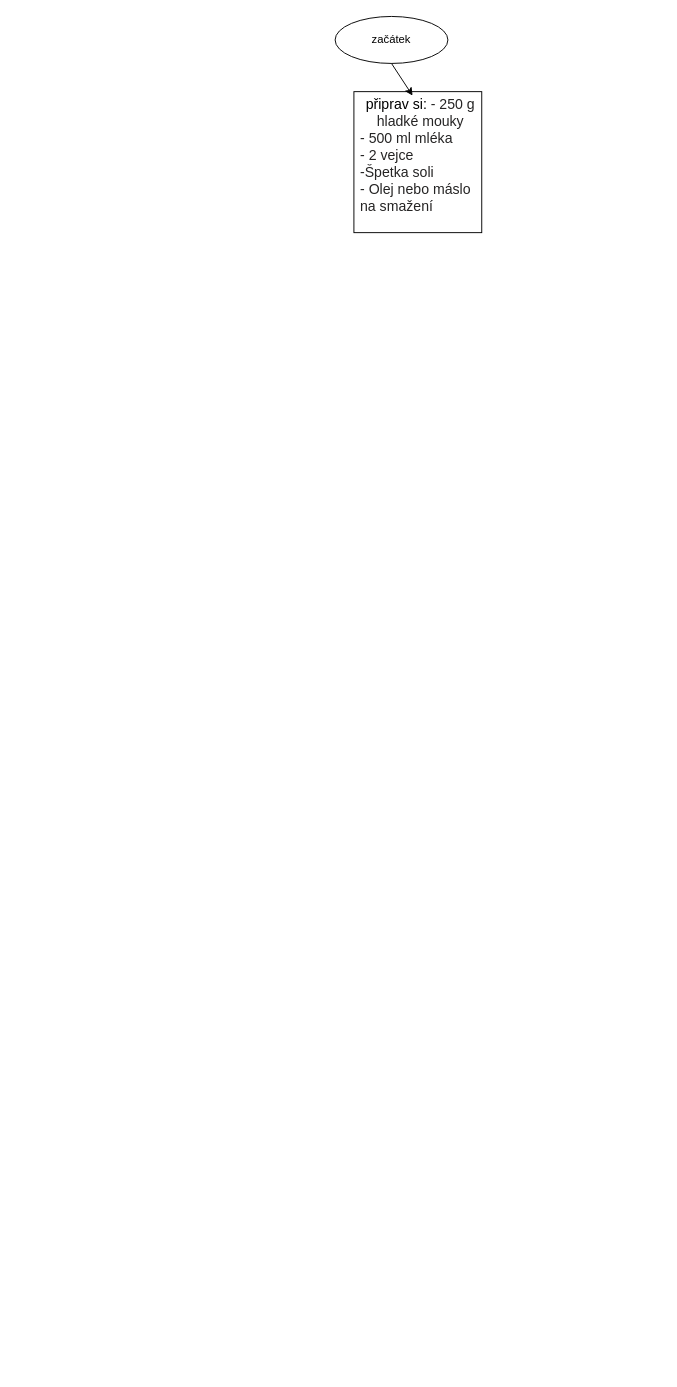
SlimakMekacov/SlimakMekacov.github.io keeps this draw.io diagram as Diagram bez názvu.drawio. Above is the earlier version. Source tidied: cells renumbered, new cells numbered last; positions are measured from the earlier drawing's top-left corner, leaving out a move shared by most shapes. Both pictures are drawn from the tidied source at 94%, with x=0, y=0 at pixel (335, 16).
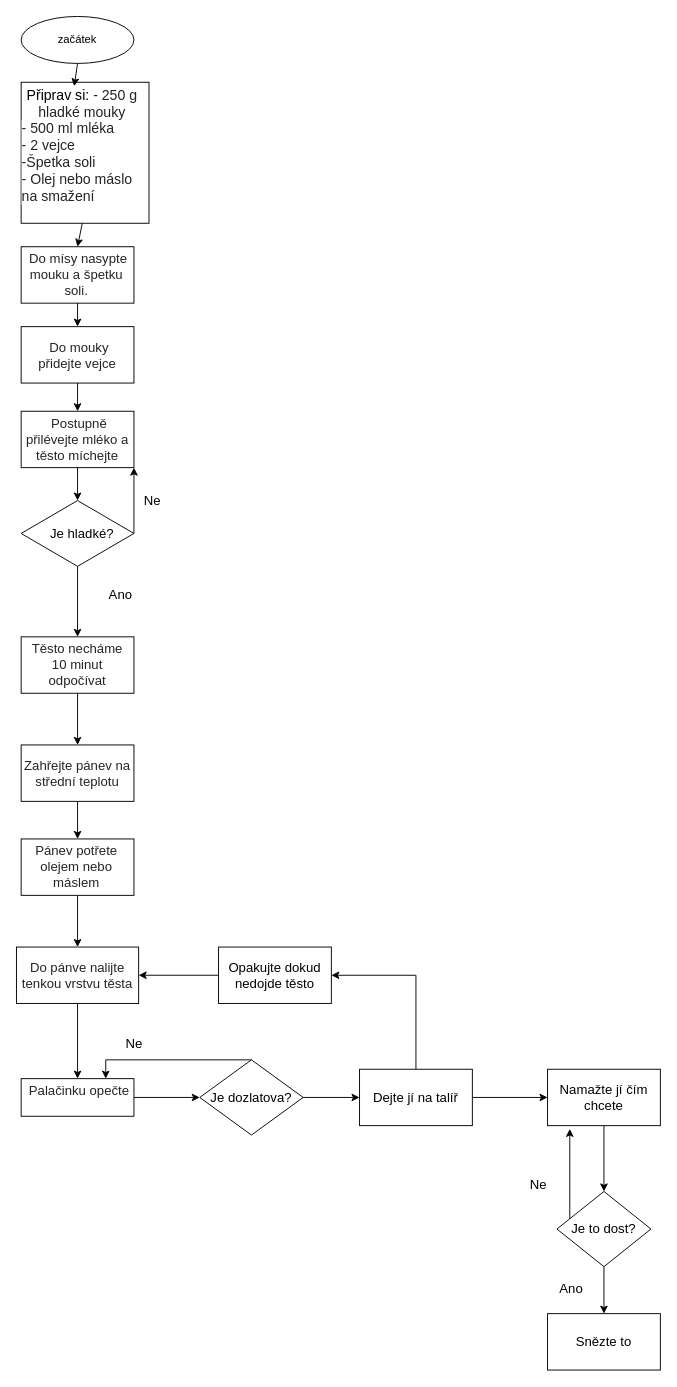
The same diagram, later.

Change to the diagram source:
```diff
@@
     <mxCell id="2" style="ellipse;whiteSpace=wrap;html=1;" parent="1" vertex="1">
-      <mxGeometry width="120" height="50" as="geometry" />
+      <mxGeometry x="-334" width="120" height="50" as="geometry" />
     </mxCell>
     <mxCell id="3" value="začátek" style="text;html=1;align=center;verticalAlign=middle;whiteSpace=wrap;rounded=0;" parent="1" vertex="1">
-      <mxGeometry x="30" y="10" width="60" height="30" as="geometry" />
+      <mxGeometry x="-304" y="10" width="60" height="30" as="geometry" />
     </mxCell>
     <mxCell id="4" style="rounded=0;whiteSpace=wrap;html=1;" parent="1" vertex="1">
-      <mxGeometry x="20" y="80" width="136" height="150" as="geometry" />
+      <mxGeometry x="-334" y="70" width="136" height="150" as="geometry" />
     </mxCell>
-    <mxCell id="5" value="&lt;font style=&quot;font-size: 15px;&quot; face=&quot;Helvetica&quot;&gt;připrav si:&amp;nbsp;&lt;span style=&quot;background-color: rgb(255, 255, 255); color: rgb(37, 36, 36); text-align: left;&quot;&gt;- 250 g hladké mouky&lt;/span&gt;&lt;/font&gt;&lt;p style=&quot;box-sizing: border-box; margin: 0px; color: rgb(37, 36, 36); text-align: left; background-color: rgb(255, 255, 255); border-radius: 0px !important;&quot;&gt;&lt;font style=&quot;font-size: 15px;&quot; face=&quot;Helvetica&quot;&gt;- 500 ml mléka&lt;br style=&quot;box-sizing: border-box; border-radius: 0px !important;&quot;&gt;- 2 vejce&lt;br style=&quot;box-sizing: border-box; border-radius: 0px !important;&quot;&gt;-Špetka soli&lt;br style=&quot;box-sizing: border-box; border-radius: 0px !important;&quot;&gt;- Olej nebo máslo na smažení&amp;nbsp;&amp;nbsp;&lt;/font&gt;&lt;/p&gt;&lt;div&gt;&lt;br&gt;&lt;/div&gt;" style="text;html=1;align=center;verticalAlign=middle;whiteSpace=wrap;rounded=0;" parent="1" vertex="1">
-      <mxGeometry x="26" y="80" width="130" height="150" as="geometry" />
+    <mxCell id="5" value="&lt;font style=&quot;font-size: 15px;&quot; face=&quot;Helvetica&quot;&gt;Připrav si:&amp;nbsp;&lt;span style=&quot;background-color: rgb(255, 255, 255); color: rgb(37, 36, 36); text-align: left;&quot;&gt;- 250 g hladké mouky&lt;/span&gt;&lt;/font&gt;&lt;p style=&quot;box-sizing: border-box; margin: 0px; color: rgb(37, 36, 36); text-align: left; background-color: rgb(255, 255, 255); border-radius: 0px !important;&quot;&gt;&lt;font style=&quot;font-size: 15px;&quot; face=&quot;Helvetica&quot;&gt;- 500 ml mléka&lt;br style=&quot;box-sizing: border-box; border-radius: 0px !important;&quot;&gt;- 2 vejce&lt;br style=&quot;box-sizing: border-box; border-radius: 0px !important;&quot;&gt;-Špetka soli&lt;br style=&quot;box-sizing: border-box; border-radius: 0px !important;&quot;&gt;- Olej nebo máslo na smažení&amp;nbsp;&amp;nbsp;&lt;/font&gt;&lt;/p&gt;&lt;div&gt;&lt;br&gt;&lt;/div&gt;" style="text;html=1;align=center;verticalAlign=middle;whiteSpace=wrap;rounded=0;" parent="1" vertex="1">
+      <mxGeometry x="-334" y="70" width="130" height="150" as="geometry" />
     </mxCell>
@@
+    <mxCell id="7" style="rounded=0;whiteSpace=wrap;html=1;" parent="1" vertex="1">
+      <mxGeometry x="-334" y="245" width="120" height="60" as="geometry" />
+    </mxCell>
+    <mxCell id="8" value="&lt;span style=&quot;color: rgb(37, 36, 36); font-size: 14px; text-align: left; background-color: rgb(255, 255, 255);&quot;&gt;&amp;nbsp;Do mísy nasypte mouku a špetku soli.&lt;/span&gt;" style="text;html=1;align=center;verticalAlign=middle;whiteSpace=wrap;rounded=0;fontFamily=Helvetica;" parent="1" vertex="1">
+      <mxGeometry x="-335" y="260" width="120" height="30" as="geometry" />
+    </mxCell>
+    <mxCell id="9" style="endArrow=classic;html=1;rounded=0;exitX=0.5;exitY=1;exitDx=0;exitDy=0;entryX=0.5;entryY=0;entryDx=0;entryDy=0;" parent="1" edge="1" source="5" target="7">
+      <mxGeometry relative="1" as="geometry" />
+    </mxCell>
+    <mxCell id="10" style="rounded=0;whiteSpace=wrap;html=1;" parent="1" vertex="1">
+      <mxGeometry x="-334" y="330" width="120" height="60" as="geometry" />
+    </mxCell>
+    <mxCell id="11" value="&lt;span style=&quot;color: rgb(37, 36, 36); font-size: 14px; text-align: left; background-color: rgb(255, 255, 255);&quot;&gt;&amp;nbsp;Do mouky přidejte vejce&lt;/span&gt;" style="text;html=1;align=center;verticalAlign=middle;whiteSpace=wrap;rounded=0;fontFamily=Helvetica;" parent="1" vertex="1">
+      <mxGeometry x="-320" y="345" width="92" height="30" as="geometry" />
+    </mxCell>
+    <mxCell id="12" style="endArrow=classic;html=1;rounded=0;exitX=0.5;exitY=1;exitDx=0;exitDy=0;entryX=0.5;entryY=0;entryDx=0;entryDy=0;" parent="1" edge="1" source="7" target="10">
+      <mxGeometry relative="1" as="geometry" />
+    </mxCell>
+    <mxCell id="13" style="rounded=0;whiteSpace=wrap;html=1;" parent="1" vertex="1">
+      <mxGeometry x="-334" y="420" width="120" height="60" as="geometry" />
+    </mxCell>
+    <mxCell id="14" value="&lt;span style=&quot;color: rgb(37, 36, 36); font-size: 14px; text-align: left; background-color: rgb(255, 255, 255);&quot;&gt;&amp;nbsp;Postupně přilévejte mléko a těsto míchejte&lt;/span&gt;" style="text;html=1;align=center;verticalAlign=middle;whiteSpace=wrap;rounded=0;fontFamily=Helvetica;" parent="1" vertex="1">
+      <mxGeometry x="-334" y="435" width="120" height="30" as="geometry" />
+    </mxCell>
+    <mxCell id="15" style="rhombus;whiteSpace=wrap;html=1;" parent="1" vertex="1">
+      <mxGeometry x="-334" y="515" width="120" height="70" as="geometry" />
+    </mxCell>
+    <mxCell id="16" value="Je hladké?" style="text;html=1;align=center;verticalAlign=middle;whiteSpace=wrap;rounded=0;fontSize=14;" parent="1" vertex="1">
+      <mxGeometry x="-304" y="535" width="70" height="30" as="geometry" />
+    </mxCell>
+    <mxCell id="17" style="endArrow=classic;html=1;rounded=0;exitX=0.5;exitY=1;exitDx=0;exitDy=0;entryX=0.5;entryY=0;entryDx=0;entryDy=0;" parent="1" edge="1" source="13" target="15">
+      <mxGeometry relative="1" as="geometry" />
+    </mxCell>
+    <mxCell id="18" style="endArrow=classic;html=1;rounded=0;exitX=0.5;exitY=1;exitDx=0;exitDy=0;entryX=0.5;entryY=0;entryDx=0;entryDy=0;" parent="1" edge="1" source="10" target="13">
+      <mxGeometry relative="1" as="geometry" />
+    </mxCell>
+    <mxCell id="19" style="endArrow=classic;html=1;rounded=0;exitX=1;exitY=0.5;exitDx=0;exitDy=0;entryX=1;entryY=1;entryDx=0;entryDy=0;" parent="1" edge="1" source="15" target="13">
+      <mxGeometry relative="1" as="geometry" />
+    </mxCell>
+    <mxCell id="20" value="&lt;font&gt;Ne&lt;/font&gt;" style="text;html=1;align=center;verticalAlign=middle;whiteSpace=wrap;rounded=0;fontSize=14;" parent="1" vertex="1">
+      <mxGeometry x="-224" y="500" width="60" height="30" as="geometry" />
+    </mxCell>
+    <mxCell id="21" style="rounded=0;whiteSpace=wrap;html=1;" parent="1" vertex="1">
+      <mxGeometry x="-334" y="660" width="120" height="60" as="geometry" />
+    </mxCell>
+    <mxCell id="22" value="&lt;span style=&quot;color: rgb(37, 36, 36); text-align: left; background-color: rgb(255, 255, 255);&quot;&gt;Těsto necháme 10 minut odpočívat&lt;/span&gt;" style="text;html=1;align=center;verticalAlign=middle;whiteSpace=wrap;rounded=0;fontSize=14;fontFamily=Helvetica;" parent="1" vertex="1">
+      <mxGeometry x="-324" y="675" width="100" height="30" as="geometry" />
+    </mxCell>
+    <mxCell id="23" style="endArrow=classic;html=1;rounded=0;exitX=0.5;exitY=1;exitDx=0;exitDy=0;entryX=0.5;entryY=0;entryDx=0;entryDy=0;" parent="1" edge="1" source="15" target="21">
+      <mxGeometry relative="1" as="geometry" />
+    </mxCell>
+    <mxCell id="24" value="Ano" style="text;html=1;align=center;verticalAlign=middle;whiteSpace=wrap;rounded=0;fontSize=14;" parent="1" vertex="1">
+      <mxGeometry x="-258" y="600" width="60" height="30" as="geometry" />
+    </mxCell>
+    <mxCell id="25" style="rounded=0;whiteSpace=wrap;html=1;" parent="1" vertex="1">
+      <mxGeometry x="-334" y="775" width="120" height="60" as="geometry" />
+    </mxCell>
+    <mxCell id="26" value="&lt;span style=&quot;color: rgb(37, 36, 36); font-size: 14px; text-align: left; background-color: rgb(255, 255, 255);&quot;&gt;Zahřejte pánev na střední teplotu&lt;/span&gt;" style="text;html=1;align=center;verticalAlign=middle;whiteSpace=wrap;rounded=0;fontFamily=Helvetica;" parent="1" vertex="1">
+      <mxGeometry x="-334" y="790" width="120" height="30" as="geometry" />
+    </mxCell>
+    <mxCell id="27" style="endArrow=classic;html=1;rounded=0;exitX=0.5;exitY=1;exitDx=0;exitDy=0;entryX=0.5;entryY=0;entryDx=0;entryDy=0;" parent="1" edge="1" source="21" target="25">
+      <mxGeometry relative="1" as="geometry" />
+    </mxCell>
+    <mxCell id="28" style="edgeStyle=orthogonalEdgeStyle;rounded=0;jettySize=auto;html=1;entryX=0.5;entryY=0;entryDx=0;entryDy=0;" parent="1" edge="1" source="29" target="33">
+      <mxGeometry relative="1" as="geometry" />
+    </mxCell>
+    <mxCell id="29" style="rounded=0;whiteSpace=wrap;html=1;" parent="1" vertex="1">
+      <mxGeometry x="-334" y="875" width="120" height="60" as="geometry" />
+    </mxCell>
+    <mxCell id="30" value="&lt;span style=&quot;color: rgb(37, 36, 36); font-size: 14px; text-align: left; background-color: rgb(255, 255, 255);&quot;&gt;Pánev potřete olejem nebo máslem&lt;/span&gt;" style="text;html=1;align=center;verticalAlign=middle;whiteSpace=wrap;rounded=0;fontFamily=Helvetica;" parent="1" vertex="1">
+      <mxGeometry x="-320" y="890" width="90" height="30" as="geometry" />
+    </mxCell>
+    <mxCell id="31" style="endArrow=classic;html=1;rounded=0;exitX=0.5;exitY=1;exitDx=0;exitDy=0;entryX=0.5;entryY=0;entryDx=0;entryDy=0;" parent="1" edge="1" source="25" target="29">
+      <mxGeometry relative="1" as="geometry" />
+    </mxCell>
+    <mxCell id="32" style="edgeStyle=orthogonalEdgeStyle;rounded=0;jettySize=auto;html=1;" parent="1" edge="1" source="33" target="35">
+      <mxGeometry relative="1" as="geometry" />
+    </mxCell>
+    <mxCell id="33" value="&lt;span style=&quot;color: rgb(37, 36, 36); font-size: 14px; text-align: left; background-color: rgb(255, 255, 255);&quot;&gt;Do pánve nalijte tenkou vrstvu těsta&lt;/span&gt;" style="rounded=0;whiteSpace=wrap;html=1;fontFamily=Helvetica;" parent="1" vertex="1">
+      <mxGeometry x="-339" y="990" width="130" height="60" as="geometry" />
+    </mxCell>
+    <mxCell id="34" style="edgeStyle=orthogonalEdgeStyle;rounded=0;jettySize=auto;html=1;" parent="1" edge="1" source="35" target="38">
+      <mxGeometry relative="1" as="geometry" />
+    </mxCell>
+    <mxCell id="35" value="&#10;&lt;span style=&quot;color: rgb(37, 36, 36); font-size: 14px; font-style: normal; font-variant-ligatures: normal; font-variant-caps: normal; font-weight: 400; letter-spacing: normal; orphans: 2; text-align: left; text-indent: 0px; text-transform: none; widows: 2; word-spacing: 0px; -webkit-text-stroke-width: 0px; white-space: normal; background-color: rgb(255, 255, 255); text-decoration-thickness: initial; text-decoration-style: initial; text-decoration-color: initial; float: none; display: inline !important;&quot;&gt;&lt;span&gt;&amp;nbsp;&lt;/span&gt;Palačinku opečte&lt;/span&gt;&#10;&#10;" style="whiteSpace=wrap;html=1;rounded=0;fontFamily=Helvetica;" parent="1" vertex="1">
+      <mxGeometry x="-334" y="1130" width="120" height="40" as="geometry" />
+    </mxCell>
+    <mxCell id="36" style="edgeStyle=orthogonalEdgeStyle;rounded=0;jettySize=auto;html=1;entryX=0.75;entryY=0;entryDx=0;entryDy=0;" parent="1" edge="1" source="38" target="35">
+      <mxGeometry relative="1" as="geometry">
+        <Array as="points">
+          <mxPoint x="-244" y="1110" />
+        </Array>
+      </mxGeometry>
+    </mxCell>
+    <mxCell id="37" style="edgeStyle=orthogonalEdgeStyle;rounded=0;jettySize=auto;html=1;" parent="1" edge="1" source="38" target="42">
+      <mxGeometry relative="1" as="geometry" />
+    </mxCell>
+    <mxCell id="38" value="Je dozlatova?" style="rhombus;whiteSpace=wrap;html=1;rounded=0;fontSize=14;" parent="1" vertex="1">
+      <mxGeometry x="-144" y="1110" width="110" height="80" as="geometry" />
+    </mxCell>
+    <mxCell id="39" value="Ne" style="text;html=1;align=center;verticalAlign=middle;strokeColor=none;fillColor=none;fontSize=14;" parent="1" vertex="1">
+      <mxGeometry x="-234" y="1078" width="40" height="30" as="geometry" />
+    </mxCell>
+    <mxCell id="40" style="edgeStyle=orthogonalEdgeStyle;rounded=0;jettySize=auto;html=1;entryX=1;entryY=0.5;entryDx=0;entryDy=0;" parent="1" edge="1" source="44" target="33">
+      <mxGeometry relative="1" as="geometry" />
+    </mxCell>
+    <mxCell id="41" style="edgeStyle=orthogonalEdgeStyle;rounded=0;jettySize=auto;html=1;" parent="1" edge="1" source="42" target="46">
+      <mxGeometry relative="1" as="geometry" />
+    </mxCell>
+    <mxCell id="42" value="Dejte jí na talíř" style="whiteSpace=wrap;html=1;fontSize=14;rounded=0;" parent="1" vertex="1">
+      <mxGeometry x="26" y="1120" width="120" height="60" as="geometry" />
+    </mxCell>
+    <mxCell id="43" style="edgeStyle=orthogonalEdgeStyle;rounded=0;jettySize=auto;html=1;entryX=1;entryY=0.5;entryDx=0;entryDy=0;" parent="1" edge="1" source="42" target="44">
+      <mxGeometry relative="1" as="geometry">
+        <Array as="points">
+          <mxPoint x="86" y="1020" />
+        </Array>
+      </mxGeometry>
+    </mxCell>
+    <mxCell id="44" value="Opakujte dokud nedojde těsto" style="rounded=0;whiteSpace=wrap;html=1;fontSize=14;" parent="1" vertex="1">
+      <mxGeometry x="-124" y="990" width="120" height="60" as="geometry" />
+    </mxCell>
+    <mxCell id="45" style="edgeStyle=orthogonalEdgeStyle;rounded=0;jettySize=auto;html=1;" parent="1" edge="1" source="46" target="48">
+      <mxGeometry relative="1" as="geometry" />
+    </mxCell>
+    <mxCell id="46" value="Namažte jí čím chcete" style="rounded=0;whiteSpace=wrap;html=1;fontSize=14;" parent="1" vertex="1">
+      <mxGeometry x="226" y="1120" width="120" height="60" as="geometry" />
+    </mxCell>
+    <mxCell id="47" style="edgeStyle=orthogonalEdgeStyle;rounded=0;jettySize=auto;html=1;exitX=0.5;exitY=1;exitDx=0;exitDy=0;entryX=0.5;entryY=0;entryDx=0;entryDy=0;" parent="1" edge="1" source="48" target="51">
+      <mxGeometry relative="1" as="geometry" />
+    </mxCell>
+    <mxCell id="48" value="Je to dost?" style="rhombus;whiteSpace=wrap;html=1;fontSize=14;rounded=0;" parent="1" vertex="1">
+      <mxGeometry x="236" y="1250" width="100" height="80" as="geometry" />
+    </mxCell>
+    <mxCell id="49" style="edgeStyle=orthogonalEdgeStyle;rounded=0;jettySize=auto;html=1;entryX=0.197;entryY=1.057;entryDx=0;entryDy=0;entryPerimeter=0;" parent="1" edge="1" source="48" target="46">
+      <mxGeometry relative="1" as="geometry">
+        <Array as="points">
+          <mxPoint x="236" y="1290" />
+          <mxPoint x="236" y="1290" />
+        </Array>
+      </mxGeometry>
+    </mxCell>
+    <mxCell id="50" value="Ne" style="text;html=1;align=center;verticalAlign=middle;strokeColor=none;fillColor=none;fontSize=14;" parent="1" vertex="1">
+      <mxGeometry x="196" y="1228" width="40" height="30" as="geometry" />
+    </mxCell>
+    <mxCell id="51" value="Snězte to" style="rounded=0;whiteSpace=wrap;html=1;fontSize=14;" parent="1" vertex="1">
+      <mxGeometry x="226" y="1380" width="120" height="60" as="geometry" />
+    </mxCell>
+    <mxCell id="52" value="Ano" style="text;html=1;align=center;verticalAlign=middle;strokeColor=none;fillColor=none;fontSize=14;" parent="1" vertex="1">
+      <mxGeometry x="226" y="1338" width="50" height="30" as="geometry" />
+    </mxCell>
```
